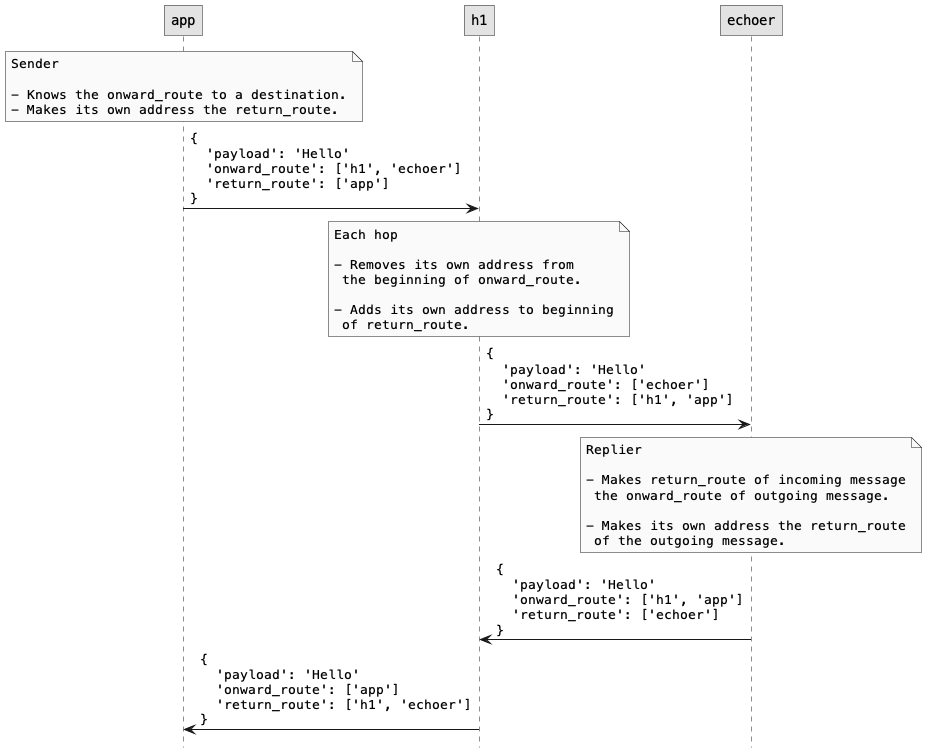
The PlantUML diagram .gitbook/assets/two-hops.png in build-trust/ockam-documentation, before a commit. The source it was exported from:
```plantuml
@startuml
skinparam monochrome true
skinparam defaultFontName Courier
skinparam roundcorner 0

hide footbox

note over app
Sender

- Knows the onward_route to a destination.
- Makes its own address the return_route.
end note
app ->  h1: {\n  'payload': 'Hello'\n  'onward_route': ['h1', 'echoer']\n  'return_route': ['app']\n}

note over h1
Each hop

- Removes its own address from
 the beginning of onward_route.

- Adds its own address to beginning
 of return_route.
end note

h1 -> echoer: {\n  'payload': 'Hello'\n  'onward_route': ['echoer']\n  'return_route': ['h1', 'app']\n}

note over echoer
Replier

- Makes return_route of incoming message
 the onward_route of outgoing message.

- Makes its own address the return_route
 of the outgoing message.
end note
echoer -> h1: {\n  'payload': 'Hello'\n  'onward_route': ['h1', 'app']\n  'return_route': ['echoer']\n}


h1 -> app: {\n  'payload': 'Hello'\n  'onward_route': ['app']\n  'return_route': ['h1', 'echoer']\n}


@enduml
```
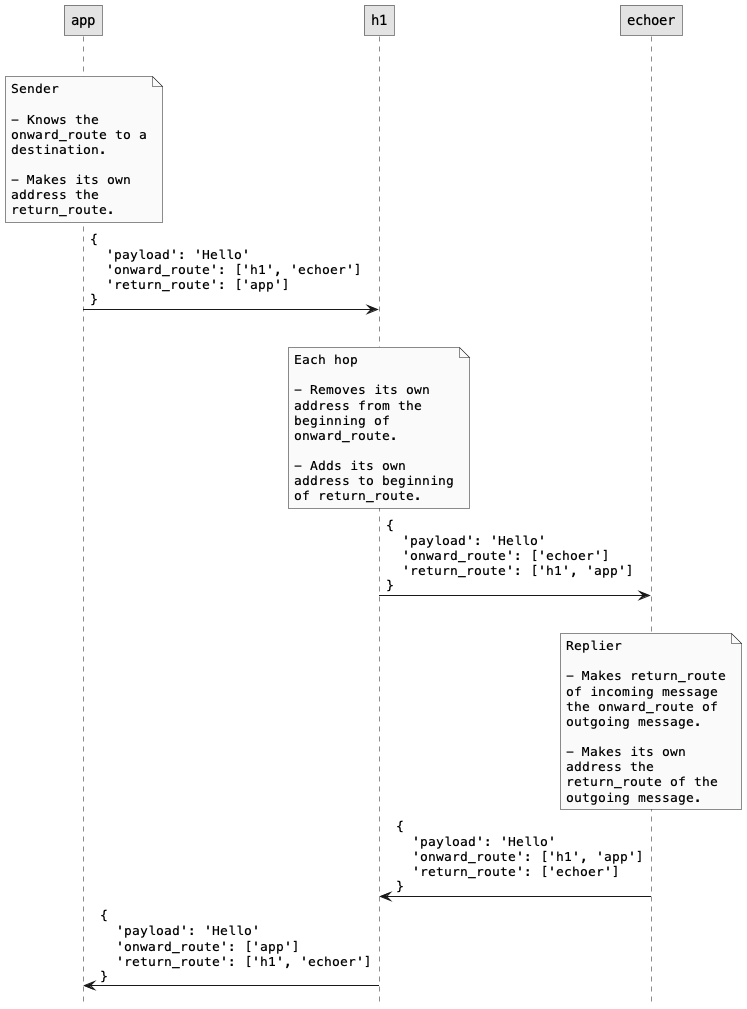
The same diagram one commit later.

Diff of the diagram source:
```diff
@@ -2,37 +2,42 @@
 skinparam monochrome true
 skinparam defaultFontName Courier
 skinparam roundcorner 0
+skinparam wrapWidth 175
 
 hide footbox
+
+|||
 
 note over app
 Sender
 
 - Knows the onward_route to a destination.
+
 - Makes its own address the return_route.
 end note
 app ->  h1: {\n  'payload': 'Hello'\n  'onward_route': ['h1', 'echoer']\n  'return_route': ['app']\n}
 
+
+|||
+
 note over h1
 Each hop
 
-- Removes its own address from
- the beginning of onward_route.
+- Removes its own address from the beginning of onward_route.
 
-- Adds its own address to beginning
- of return_route.
+- Adds its own address to beginning of return_route.
 end note
 
 h1 -> echoer: {\n  'payload': 'Hello'\n  'onward_route': ['echoer']\n  'return_route': ['h1', 'app']\n}
 
+|||
+
 note over echoer
 Replier
 
-- Makes return_route of incoming message
- the onward_route of outgoing message.
+- Makes return_route of incoming message the onward_route of outgoing message.
 
-- Makes its own address the return_route
- of the outgoing message.
+- Makes its own address the return_route of the outgoing message.
 end note
 echoer -> h1: {\n  'payload': 'Hello'\n  'onward_route': ['h1', 'app']\n  'return_route': ['echoer']\n}
 
```
